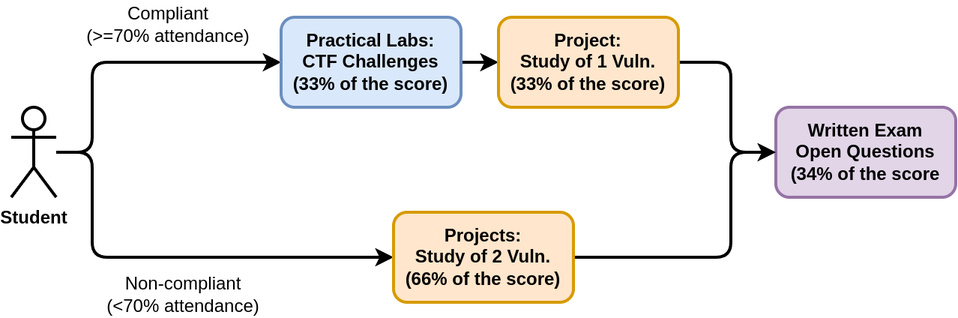
The draw.io diagram A00/img/exam-workflow.drawio.png in datapsec/datapsec.github.io, before a commit. Source tidied: cells renumbered, new cells last; positions are measured from the earlier drawing's top-left corner, leaving out a move shared by most shapes. The source it was exported from:
```xml
<mxGraphModel>
  <root>
    <mxCell id="0" />
    <mxCell id="1" parent="0" />
    <mxCell id="2" style="edgeStyle=orthogonalEdgeStyle;html=1;entryX=0;entryY=0.5;entryDx=0;entryDy=0;strokeWidth=2;" parent="1" edge="1" source="4" target="6">
      <mxGeometry relative="1" as="geometry">
        <Array as="points">
          <mxPoint x="54" y="100" />
          <mxPoint x="54" y="40" />
        </Array>
      </mxGeometry>
    </mxCell>
    <mxCell id="3" style="edgeStyle=orthogonalEdgeStyle;html=1;entryX=0;entryY=0.5;entryDx=0;entryDy=0;strokeWidth=2;" parent="1" edge="1" source="4" target="11">
      <mxGeometry relative="1" as="geometry">
        <Array as="points">
          <mxPoint x="54" y="100" />
          <mxPoint x="54" y="170" />
        </Array>
      </mxGeometry>
    </mxCell>
    <mxCell id="4" value="Student" style="shape=umlActor;verticalLabelPosition=bottom;verticalAlign=top;html=1;outlineConnect=0;strokeWidth=2;fontStyle=1;" parent="1" vertex="1">
      <mxGeometry y="70" width="30" height="60" as="geometry" />
    </mxCell>
    <mxCell id="5" style="edgeStyle=none;html=1;exitX=1;exitY=0.5;exitDx=0;exitDy=0;entryX=0;entryY=0.5;entryDx=0;entryDy=0;strokeWidth=2;" parent="1" edge="1" source="6" target="8">
      <mxGeometry relative="1" as="geometry" />
    </mxCell>
    <mxCell id="6" value="Practical Labs:&lt;br&gt;CTF Challenges&lt;br&gt;(33% of the score)" style="whiteSpace=wrap;html=1;strokeWidth=2;rounded=1;fillColor=#dae8fc;strokeColor=#6c8ebf;fontColor=#000000;fontStyle=1;" parent="1" vertex="1">
      <mxGeometry x="180" y="10" width="120" height="60" as="geometry" />
    </mxCell>
    <mxCell id="7" style="edgeStyle=orthogonalEdgeStyle;html=1;exitX=1;exitY=0.5;exitDx=0;exitDy=0;entryX=0;entryY=0.5;entryDx=0;entryDy=0;strokeWidth=2;" parent="1" edge="1" source="8" target="9">
      <mxGeometry relative="1" as="geometry">
        <Array as="points">
          <mxPoint x="480" y="40" />
          <mxPoint x="480" y="100" />
        </Array>
      </mxGeometry>
    </mxCell>
    <mxCell id="8" value="Project:&lt;br&gt;Study of 1 Vuln.&lt;br&gt;(33% of the score)" style="whiteSpace=wrap;html=1;strokeWidth=2;rounded=1;fillColor=#ffe6cc;strokeColor=#d79b00;fontStyle=1;fontColor=#000000;" parent="1" vertex="1">
      <mxGeometry x="325" y="10" width="120" height="60" as="geometry" />
    </mxCell>
    <mxCell id="9" value="Written Exam&lt;br&gt;Open Questions&lt;br&gt;(34% of the score" style="whiteSpace=wrap;html=1;strokeWidth=2;rounded=1;fontStyle=1;fillColor=#e1d5e7;strokeColor=#9673a6;fontColor=#000000;" parent="1" vertex="1">
      <mxGeometry x="510" y="70" width="120" height="60" as="geometry" />
    </mxCell>
    <mxCell id="10" style="edgeStyle=orthogonalEdgeStyle;html=1;exitX=1;exitY=0.5;exitDx=0;exitDy=0;entryX=0;entryY=0.5;entryDx=0;entryDy=0;strokeWidth=2;" parent="1" edge="1" source="11" target="9">
      <mxGeometry relative="1" as="geometry">
        <Array as="points">
          <mxPoint x="480" y="170" />
          <mxPoint x="480" y="100" />
        </Array>
      </mxGeometry>
    </mxCell>
    <mxCell id="11" value="Projects:&lt;br&gt;Study of 2 Vuln.&lt;br&gt;(66% of the score)" style="whiteSpace=wrap;html=1;strokeWidth=2;rounded=1;fontStyle=1;fillColor=#ffe6cc;strokeColor=#d79b00;fontColor=#000000;" parent="1" vertex="1">
      <mxGeometry x="255" y="140" width="120" height="60" as="geometry" />
    </mxCell>
    <mxCell id="12" value="&lt;font&gt;Non-compliant (&amp;lt;70% attendance)&lt;/font&gt;" style="text;strokeColor=none;align=center;fillColor=none;html=1;verticalAlign=middle;whiteSpace=wrap;rounded=0;strokeWidth=2;fontColor=#000000;" parent="1" vertex="1">
      <mxGeometry x="60" y="180" width="110" height="30" as="geometry" />
    </mxCell>
    <mxCell id="13" value="&lt;font&gt;Compliant &lt;br&gt;(&amp;gt;=70% attendance)&lt;/font&gt;" style="text;strokeColor=none;align=center;fillColor=none;html=1;verticalAlign=middle;whiteSpace=wrap;rounded=0;strokeWidth=2;fontColor=#000000;" parent="1" vertex="1">
      <mxGeometry x="40" width="130" height="30" as="geometry" />
    </mxCell>
  </root>
</mxGraphModel>
```
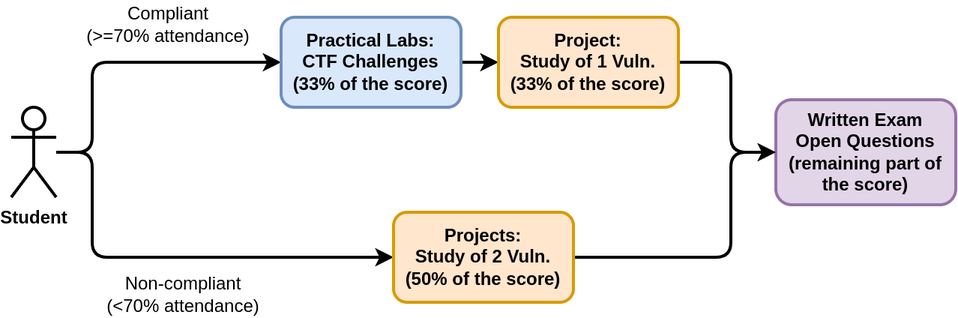
The same diagram one commit later.

Change to the diagram source:
```diff
@@ -38,8 +38,8 @@
     <mxCell id="8" value="Project:&lt;br&gt;Study of 1 Vuln.&lt;br&gt;(33% of the score)" style="whiteSpace=wrap;html=1;strokeWidth=2;rounded=1;fillColor=#ffe6cc;strokeColor=#d79b00;fontStyle=1;fontColor=#000000;" parent="1" vertex="1">
       <mxGeometry x="325" y="10" width="120" height="60" as="geometry" />
     </mxCell>
-    <mxCell id="9" value="Written Exam&lt;br&gt;Open Questions&lt;br&gt;(34% of the score" style="whiteSpace=wrap;html=1;strokeWidth=2;rounded=1;fontStyle=1;fillColor=#e1d5e7;strokeColor=#9673a6;fontColor=#000000;" parent="1" vertex="1">
-      <mxGeometry x="510" y="70" width="120" height="60" as="geometry" />
+    <mxCell id="9" value="Written Exam&lt;br&gt;Open Questions&lt;br&gt;(remaining part of the score)" style="whiteSpace=wrap;html=1;strokeWidth=2;rounded=1;fontStyle=1;fillColor=#e1d5e7;strokeColor=#9673a6;fontColor=#000000;" parent="1" vertex="1">
+      <mxGeometry x="510" y="65" width="120" height="70" as="geometry" />
     </mxCell>
     <mxCell id="10" style="edgeStyle=orthogonalEdgeStyle;html=1;exitX=1;exitY=0.5;exitDx=0;exitDy=0;entryX=0;entryY=0.5;entryDx=0;entryDy=0;strokeWidth=2;" parent="1" edge="1" source="11" target="9">
       <mxGeometry relative="1" as="geometry">
@@ -49,7 +49,7 @@
         </Array>
       </mxGeometry>
     </mxCell>
-    <mxCell id="11" value="Projects:&lt;br&gt;Study of 2 Vuln.&lt;br&gt;(66% of the score)" style="whiteSpace=wrap;html=1;strokeWidth=2;rounded=1;fontStyle=1;fillColor=#ffe6cc;strokeColor=#d79b00;fontColor=#000000;" parent="1" vertex="1">
+    <mxCell id="11" value="Projects:&lt;br&gt;Study of 2 Vuln.&lt;br&gt;(50% of the score)" style="whiteSpace=wrap;html=1;strokeWidth=2;rounded=1;fontStyle=1;fillColor=#ffe6cc;strokeColor=#d79b00;fontColor=#000000;" parent="1" vertex="1">
       <mxGeometry x="255" y="140" width="120" height="60" as="geometry" />
     </mxCell>
     <mxCell id="12" value="&lt;font&gt;Non-compliant (&amp;lt;70% attendance)&lt;/font&gt;" style="text;strokeColor=none;align=center;fillColor=none;html=1;verticalAlign=middle;whiteSpace=wrap;rounded=0;strokeWidth=2;fontColor=#000000;" parent="1" vertex="1">
```
